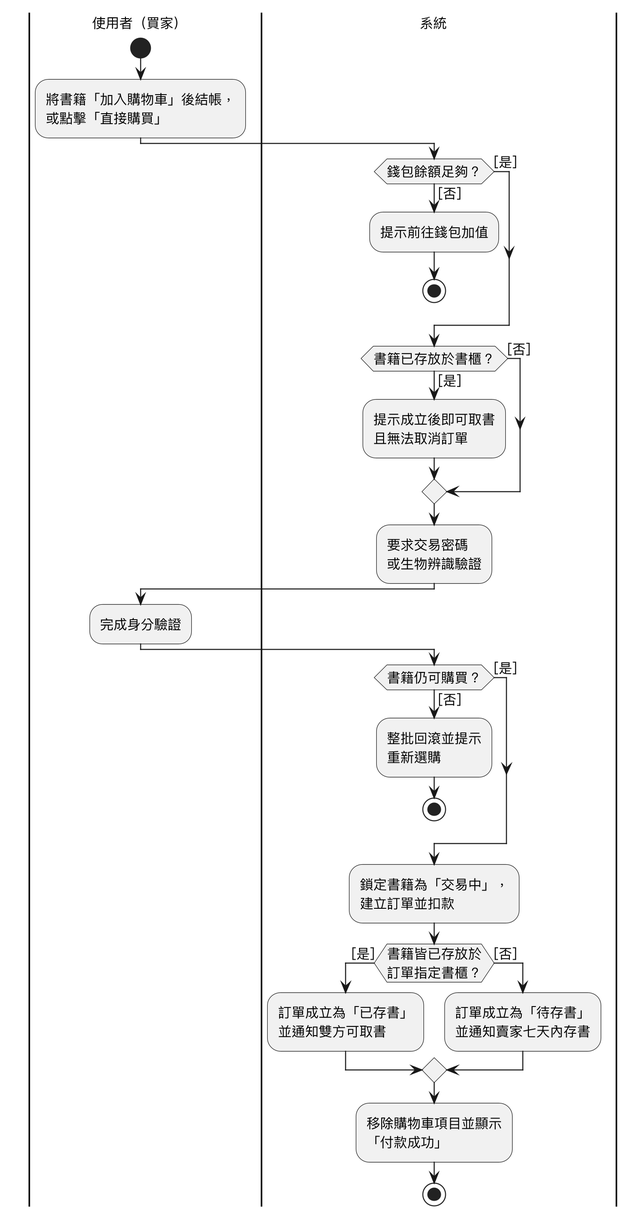
SaveMyBook/SaveMyBook keeps this PlantUML diagram as Diagrams/Activity diagram/v3/uc04.png. Above is the earlier version.
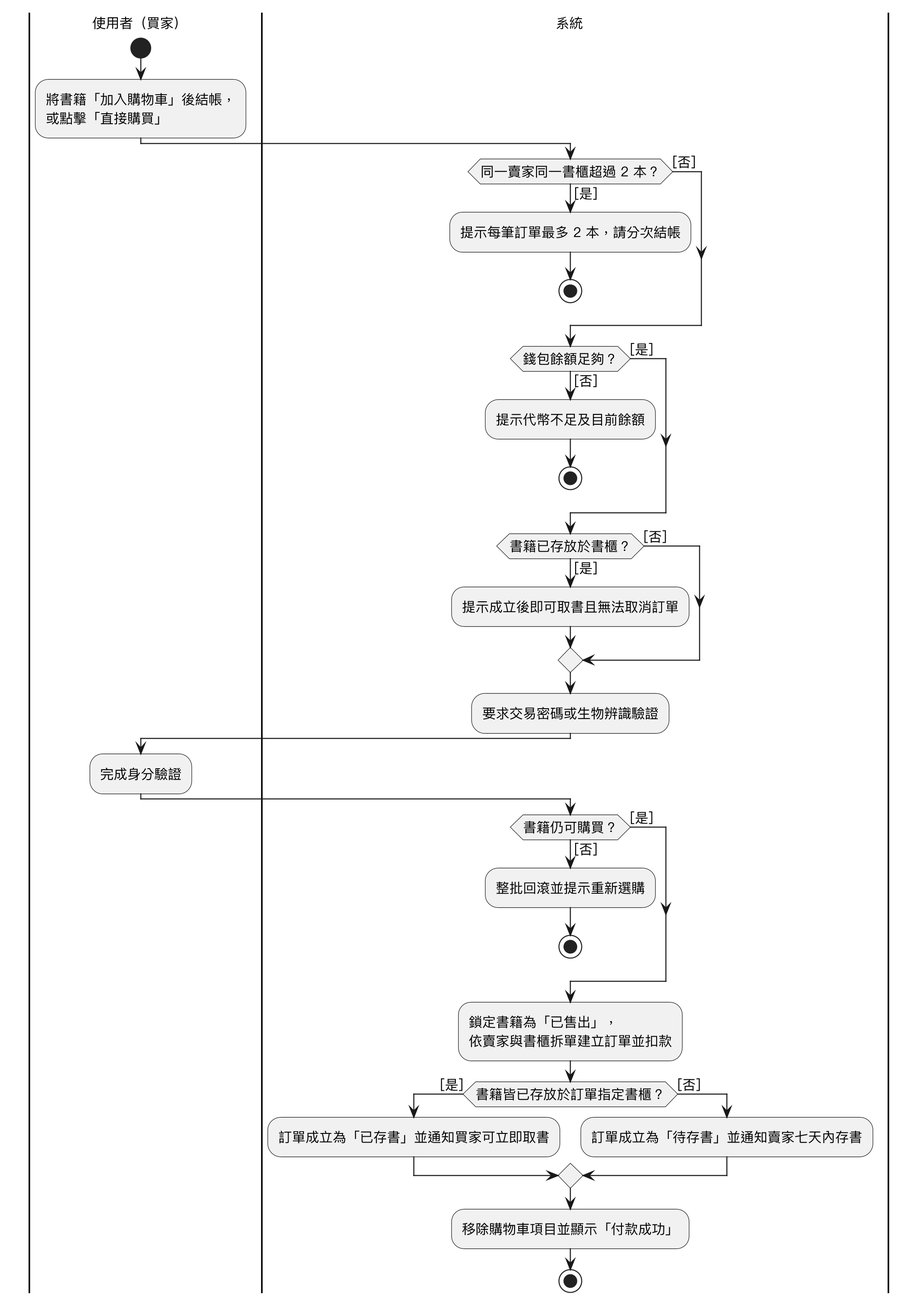
Above is the later version.

Diff of the diagram source:
```diff
@@ -9,30 +9,35 @@
 start
 :將書籍「加入購物車」後結帳，\n或點擊「直接購買」;
 |系統|
+if (同一賣家同一書櫃超過 2 本？) then ([是])
+  :提示每筆訂單最多 2 本，請分次結帳;
+  stop
+else ([否])
+endif
 if (錢包餘額足夠？) then ([否])
-  :提示前往錢包加值;
+  :提示代幣不足及目前餘額;
   stop
 else ([是])
 endif
 if (書籍已存放於書櫃？) then ([是])
-  :提示成立後即可取書\n且無法取消訂單;
+  :提示成立後即可取書且無法取消訂單;
 else ([否])
 endif
-:要求交易密碼\n或生物辨識驗證;
+:要求交易密碼或生物辨識驗證;
 |使用者（買家）|
 :完成身分驗證;
 |系統|
 if (書籍仍可購買？) then ([否])
-  :整批回滾並提示\n重新選購;
+  :整批回滾並提示重新選購;
   stop
 else ([是])
 endif
-:鎖定書籍為「交易中」，\n建立訂單並扣款;
-if (書籍皆已存放於\n訂單指定書櫃？) then ([是])
-  :訂單成立為「已存書」\n並通知雙方可取書;
+:鎖定書籍為「已售出」，\n依賣家與書櫃拆單建立訂單並扣款;
+if (書籍皆已存放於訂單指定書櫃？) then ([是])
+  :訂單成立為「已存書」並通知買家可立即取書;
 else ([否])
-  :訂單成立為「待存書」\n並通知賣家七天內存書;
+  :訂單成立為「待存書」並通知賣家七天內存書;
 endif
-:移除購物車項目並顯示\n「付款成功」;
+:移除購物車項目並顯示「付款成功」;
 stop
 @enduml
```
